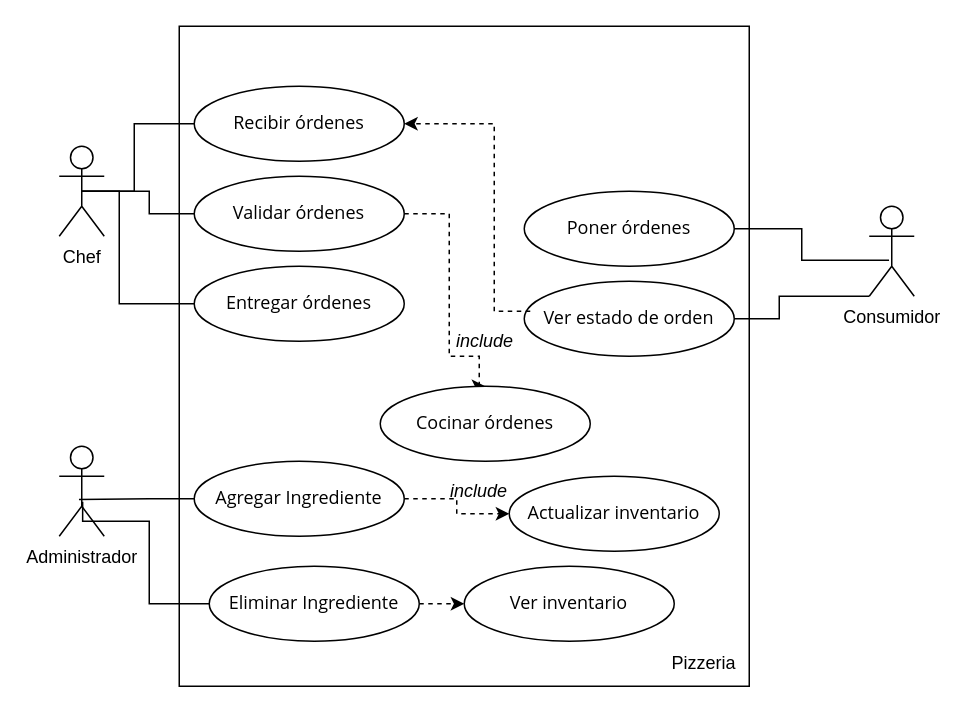
holgOrub2912/principiosSOLID keeps this draw.io diagram as diagramas/Diagrama_casosUsos.drawio. Above is the earlier version. Source tidied: cells renumbered, new cells numbered last; positions are measured from the earlier drawing's top-left corner, leaving out a move shared by most shapes. Both pictures are drawn from the tidied source at 150%, with x=0, y=0 at pixel (58, 26).
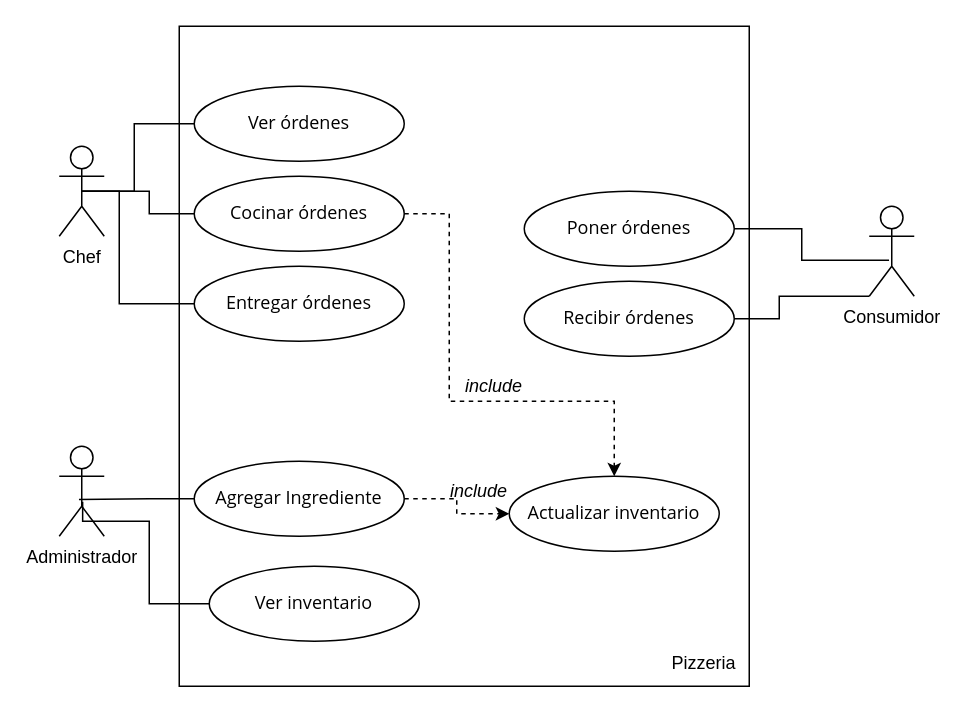
The same diagram, later.

Commit message (it also covers changes not shown here):
Actualizar diagrama de casos de uso.

Unchanged cells that the change refers to:
```xml
<mxCell id="23" value="&lt;div style=&quot;text-align: left;&quot;&gt;&lt;font face=&quot;Aptos, Segoe UI, Helvetica Neue, sans-serif&quot;&gt;&lt;span style=&quot;white-space-collapse: preserve;&quot;&gt;Actualizar inventario&lt;/span&gt;&lt;/font&gt;&lt;/div&gt;" style="ellipse;whiteSpace=wrap;html=1;" parent="1" vertex="1">
  <mxGeometry x="300" y="300" width="140" height="50" as="geometry" />
</mxCell>
```

What changed in the source:
```diff
@@
-    <mxCell id="6" value="&lt;span style=&quot;font-family: Aptos, &amp;quot;Segoe UI&amp;quot;, &amp;quot;Helvetica Neue&amp;quot;, sans-serif; text-align: left; white-space-collapse: preserve;&quot;&gt;&lt;font&gt;Recibir órdenes&lt;/font&gt;&lt;/span&gt;" style="ellipse;whiteSpace=wrap;html=1;" parent="1" vertex="1">
+    <mxCell id="6" value="&lt;span style=&quot;font-family: Aptos, &amp;quot;Segoe UI&amp;quot;, &amp;quot;Helvetica Neue&amp;quot;, sans-serif; text-align: left; white-space-collapse: preserve;&quot;&gt;&lt;font&gt;Ver órdenes&lt;/font&gt;&lt;/span&gt;" style="ellipse;whiteSpace=wrap;html=1;" parent="1" vertex="1">
       <mxGeometry x="90" y="40" width="140" height="50" as="geometry" />
     </mxCell>
-    <mxCell id="7" style="edgeStyle=orthogonalEdgeStyle;rounded=0;jettySize=auto;html=1;exitX=1;exitY=0.5;exitDx=0;exitDy=0;dashed=1;entryX=0.5;entryY=0;entryDx=0;entryDy=0;" parent="1" edge="1" source="8" target="28">
-      <mxGeometry relative="1" as="geometry">
-        <Array as="points">
-          <mxPoint x="260" y="125" />
-          <mxPoint x="260" y="220" />
-          <mxPoint x="280" y="220" />
-          <mxPoint x="280" y="240" />
-        </Array>
-      </mxGeometry>
-    </mxCell>
-    <mxCell id="8" value="&lt;span style=&quot;font-family: Aptos, &amp;quot;Segoe UI&amp;quot;, &amp;quot;Helvetica Neue&amp;quot;, sans-serif; text-align: left; white-space-collapse: preserve;&quot;&gt;&lt;font&gt;Validar órdenes&lt;/font&gt;&lt;/span&gt;" style="ellipse;whiteSpace=wrap;html=1;" parent="1" vertex="1">
+    <mxCell id="8" value="&lt;span style=&quot;font-family: Aptos, &amp;quot;Segoe UI&amp;quot;, &amp;quot;Helvetica Neue&amp;quot;, sans-serif; text-align: left; white-space-collapse: preserve;&quot;&gt;&lt;font&gt;Cocinar órdenes&lt;/font&gt;&lt;/span&gt;" style="ellipse;whiteSpace=wrap;html=1;" parent="1" vertex="1">
       <mxGeometry x="90" y="100" width="140" height="50" as="geometry" />
     </mxCell>
@@
-    <mxCell id="19" value="&lt;div style=&quot;text-align: left;&quot;&gt;&lt;span style=&quot;background-color: transparent; white-space-collapse: preserve;&quot;&gt;&lt;font face=&quot;Aptos, Segoe UI, Helvetica Neue, sans-serif&quot;&gt;Ver estado de orden&lt;/font&gt;&lt;/span&gt;&lt;/div&gt;" style="ellipse;whiteSpace=wrap;html=1;" parent="1" vertex="1">
+    <mxCell id="19" value="&lt;div style=&quot;text-align: left;&quot;&gt;&lt;span style=&quot;background-color: transparent; white-space-collapse: preserve;&quot;&gt;&lt;font face=&quot;Aptos, Segoe UI, Helvetica Neue, sans-serif&quot;&gt;Recibir órdenes&lt;/font&gt;&lt;/span&gt;&lt;/div&gt;" style="ellipse;whiteSpace=wrap;html=1;" parent="1" vertex="1">
       <mxGeometry x="310" y="170" width="140" height="50" as="geometry" />
     </mxCell>
-    <mxCell id="20" style="edgeStyle=orthogonalEdgeStyle;rounded=0;jettySize=auto;html=1;exitX=1;exitY=0.5;exitDx=0;exitDy=0;entryX=0;entryY=0.5;entryDx=0;entryDy=0;dashed=1;" parent="1" edge="1" source="21" target="29">
-      <mxGeometry relative="1" as="geometry" />
-    </mxCell>
-    <mxCell id="21" value="&lt;div style=&quot;text-align: left;&quot;&gt;&lt;font face=&quot;Aptos, Segoe UI, Helvetica Neue, sans-serif&quot;&gt;&lt;span style=&quot;white-space-collapse: preserve;&quot;&gt;Eliminar Ingrediente&lt;/span&gt;&lt;/font&gt;&lt;/div&gt;" style="ellipse;whiteSpace=wrap;html=1;" parent="1" vertex="1">
+    <mxCell id="21" value="&lt;div style=&quot;text-align: left;&quot;&gt;&lt;font face=&quot;Aptos, Segoe UI, Helvetica Neue, sans-serif&quot;&gt;&lt;span style=&quot;white-space-collapse: preserve;&quot;&gt;Ver inventario&lt;/span&gt;&lt;/font&gt;&lt;/div&gt;" style="ellipse;whiteSpace=wrap;html=1;" parent="1" vertex="1">
       <mxGeometry x="100" y="360" width="140" height="50" as="geometry" />
     </mxCell>
@@
-    <mxCell id="25" style="edgeStyle=orthogonalEdgeStyle;rounded=0;jettySize=auto;html=1;exitX=1;exitY=0;exitDx=0;exitDy=0;entryX=1;entryY=0.5;entryDx=0;entryDy=0;dashed=1;" parent="1" edge="1" source="26" target="6">
-      <mxGeometry relative="1" as="geometry">
-        <Array as="points">
-          <mxPoint x="290" y="190" />
-          <mxPoint x="290" y="65" />
-        </Array>
-      </mxGeometry>
-    </mxCell>
+    <mxCell id="27" value="&lt;i&gt;include&lt;/i&gt;" style="text;html=1;align=center;verticalAlign=middle;whiteSpace=wrap;rounded=0;" parent="1" vertex="1">
+      <mxGeometry x="250" y="290" width="60" height="40" as="geometry" />
+    </mxCell>
+    <mxCell id="30" style="edgeStyle=orthogonalEdgeStyle;rounded=0;jettySize=auto;html=1;exitX=1;exitY=0.5;exitDx=0;exitDy=0;dashed=1;" parent="1" edge="1" source="8" target="23">
+      <mxGeometry relative="1" as="geometry">
+        <Array as="points">
+          <mxPoint x="260" y="125" />
+          <mxPoint x="260" y="250" />
+          <mxPoint x="370" y="250" />
+        </Array>
+      </mxGeometry>
+    </mxCell>
     <mxCell id="26" value="&lt;i&gt;include&lt;/i&gt;" style="text;html=1;align=center;verticalAlign=middle;whiteSpace=wrap;rounded=0;" parent="1" vertex="1">
-      <mxGeometry x="254" y="190" width="60" height="40" as="geometry" />
+      <mxGeometry x="260" y="220" width="60" height="40" as="geometry" />
     </mxCell>
-    <mxCell id="27" value="&lt;i&gt;include&lt;/i&gt;" style="text;html=1;align=center;verticalAlign=middle;whiteSpace=wrap;rounded=0;" parent="1" vertex="1">
-      <mxGeometry x="250" y="290" width="60" height="40" as="geometry" />
-    </mxCell>
-    <mxCell id="28" value="&lt;div style=&quot;text-align: left;&quot;&gt;&lt;font face=&quot;Aptos, Segoe UI, Helvetica Neue, sans-serif&quot;&gt;&lt;span style=&quot;white-space-collapse: preserve;&quot;&gt;Cocinar órdenes&lt;/span&gt;&lt;/font&gt;&lt;/div&gt;" style="ellipse;whiteSpace=wrap;html=1;" parent="1" vertex="1">
-      <mxGeometry x="214" y="240" width="140" height="50" as="geometry" />
-    </mxCell>
-    <mxCell id="29" value="&lt;div style=&quot;text-align: left;&quot;&gt;&lt;font face=&quot;Aptos, Segoe UI, Helvetica Neue, sans-serif&quot;&gt;&lt;span style=&quot;white-space-collapse: preserve;&quot;&gt;Ver inventario&lt;/span&gt;&lt;/font&gt;&lt;/div&gt;" style="ellipse;whiteSpace=wrap;html=1;" parent="1" vertex="1">
-      <mxGeometry x="270" y="360" width="140" height="50" as="geometry" />
-    </mxCell>
```
